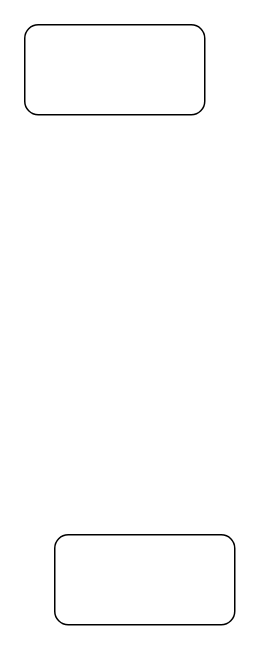
Before: add/未命名绘图.drawio in StriveFindYourself/MapPub, a draw.io diagram. Source tidied: cells renumbered, new cells numbered last; positions are measured from the earlier drawing's top-left corner, leaving out a move shared by most shapes. Both pictures are drawn from the tidied source at 150%, with x=0, y=0 at pixel (24, 24).
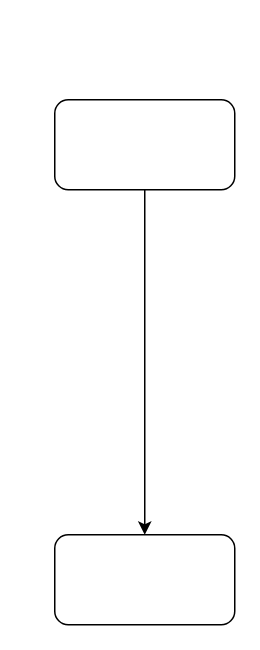
Above is the later version.

Commit message (it also covers changes not shown here):
更新未命名绘图.drawio

Diff of the diagram source:
```diff
@@
 <mxGraphModel>
   <root>
     <mxCell id="0" />
     <mxCell id="1" parent="0" />
     <mxCell id="2" style="rounded=1;whiteSpace=wrap;html=1;" parent="1" vertex="1">
-      <mxGeometry width="120" height="60" as="geometry" />
+      <mxGeometry x="20" y="50" width="120" height="60" as="geometry" />
     </mxCell>
     <mxCell id="3" style="rounded=1;whiteSpace=wrap;html=1;" parent="1" vertex="1">
       <mxGeometry x="20" y="340" width="120" height="60" as="geometry" />
     </mxCell>
+    <mxCell id="4" style="endArrow=classic;html=1;rounded=0;entryX=0.5;entryY=0;entryDx=0;entryDy=0;" parent="1" edge="1" target="3">
+      <mxGeometry relative="1" as="geometry">
+        <mxPoint x="80" y="110" as="sourcePoint" />
+      </mxGeometry>
+    </mxCell>
   </root>
 </mxGraphModel>
```
